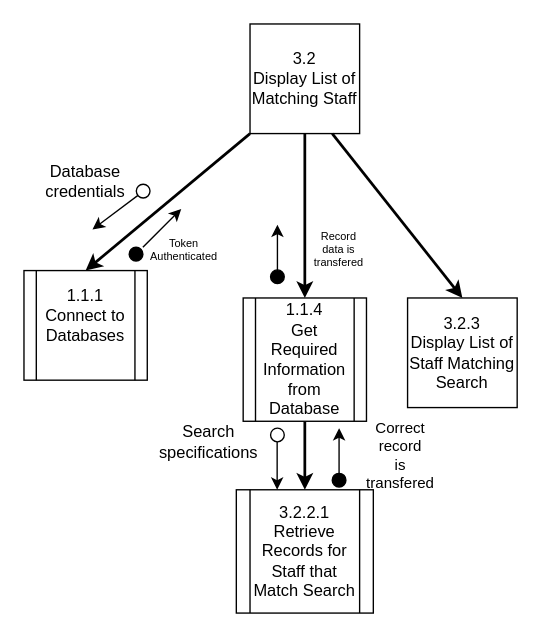
Earlier version of the draw.io diagram page "3.2: Display List of Matching Staff" (2 of 4) of Diagrams/StructureCharts/Proc3UpdateStaff.drawio (Harlento/SchedulingSystem). Source tidied: cells renumbered, new cells numbered last; positions are measured from the earlier drawing's top-left corner, leaving out a move shared by most shapes. Both pictures are drawn from the tidied source at 137%, with x=0, y=0 at pixel (23, 23).
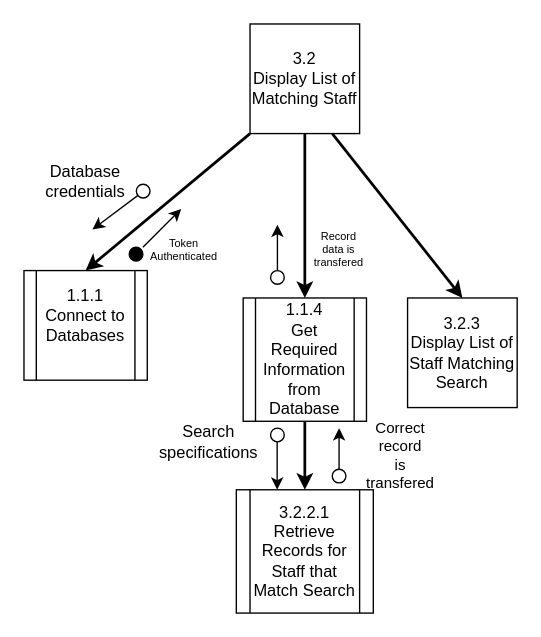
Above is the later version.

The edit, as a diff of the source:
```diff
@@
-    <mxCell id="19" style="ellipse;whiteSpace=wrap;html=1;fillColor=#000000;" parent="1" vertex="1">
-      <mxGeometry x="225" y="328" width="10" height="10" as="geometry" />
-    </mxCell>
@@
-    <mxCell id="24" style="endArrow=classic;html=1;" parent="1" edge="1">
+    <mxCell id="24" style="endArrow=classic;html=1;" parent="1" edge="1" source="27">
       <mxGeometry relative="1" as="geometry">
-        <mxPoint x="185" y="182.5" as="sourcePoint" />
         <mxPoint x="185" y="146.5" as="targetPoint" />
       </mxGeometry>
     </mxCell>
-    <mxCell id="25" style="ellipse;whiteSpace=wrap;html=1;fillColor=#000000;" parent="1" vertex="1">
-      <mxGeometry x="180" y="179.5" width="10" height="10" as="geometry" />
-    </mxCell>
+    <mxCell id="26" style="ellipse;whiteSpace=wrap;html=1;" parent="1" vertex="1">
+      <mxGeometry x="225" y="325" width="10" height="10" as="geometry" />
+    </mxCell>
+    <mxCell id="27" style="ellipse;whiteSpace=wrap;html=1;" parent="1" vertex="1">
+      <mxGeometry x="180" y="180" width="10" height="10" as="geometry" />
+    </mxCell>
```
